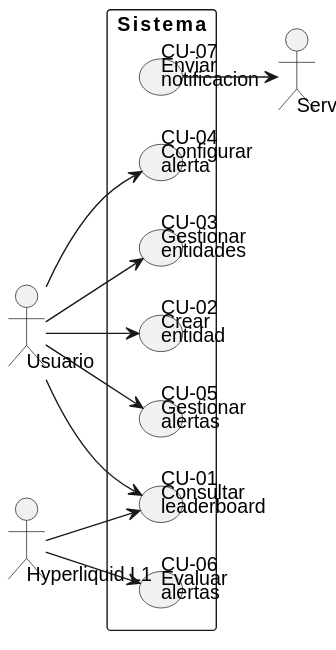
Before: imagenes/capitulo2/casosDeUso.svg, a diagram exported from PlantUML (nekiiiiis/tfg).
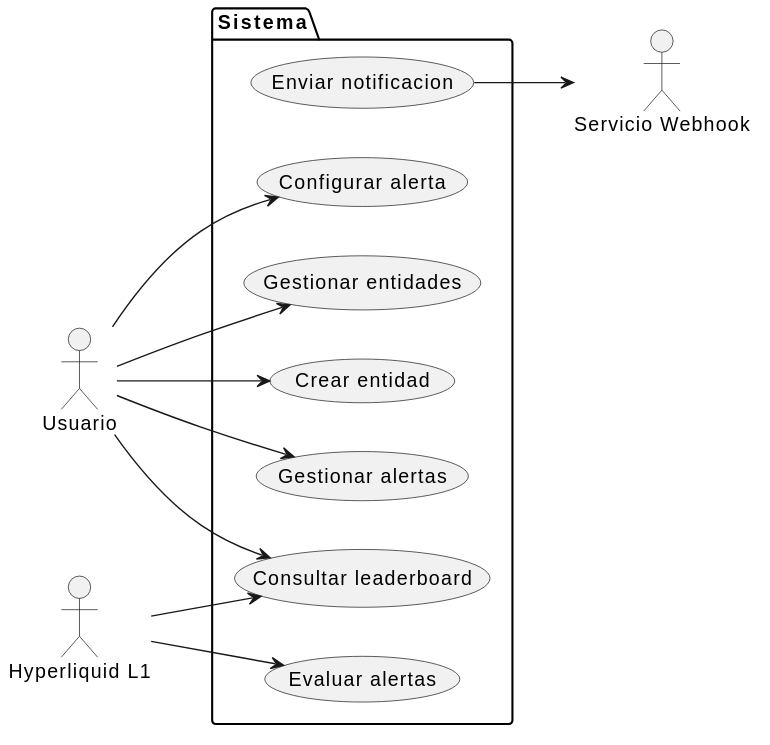
Later version of the same file.

Diff of the diagram source:
```diff
@@ -5,14 +5,14 @@
 actor "Hyperliquid L1" as HL
 actor "Servicio Webhook" as SW
 
-rectangle "Sistema" {
-  usecase "CU-01\nConsultar\nleaderboard" as CU01
-  usecase "CU-02\nCrear\nentidad" as CU02
-  usecase "CU-03\nGestionar\nentidades" as CU03
-  usecase "CU-04\nConfigurar\nalerta" as CU04
-  usecase "CU-05\nGestionar\nalertas" as CU05
-  usecase "CU-06\nEvaluar\nalertas" as CU06
-  usecase "CU-07\nEnviar\nnotificacion" as CU07
+package "Sistema" {
+  usecase "Consultar leaderboard" as CU01
+  usecase "Crear entidad" as CU02
+  usecase "Gestionar entidades" as CU03
+  usecase "Configurar alerta" as CU04
+  usecase "Gestionar alertas" as CU05
+  usecase "Evaluar alertas" as CU06
+  usecase "Enviar notificacion" as CU07
 }
 
 U --> CU01
```
